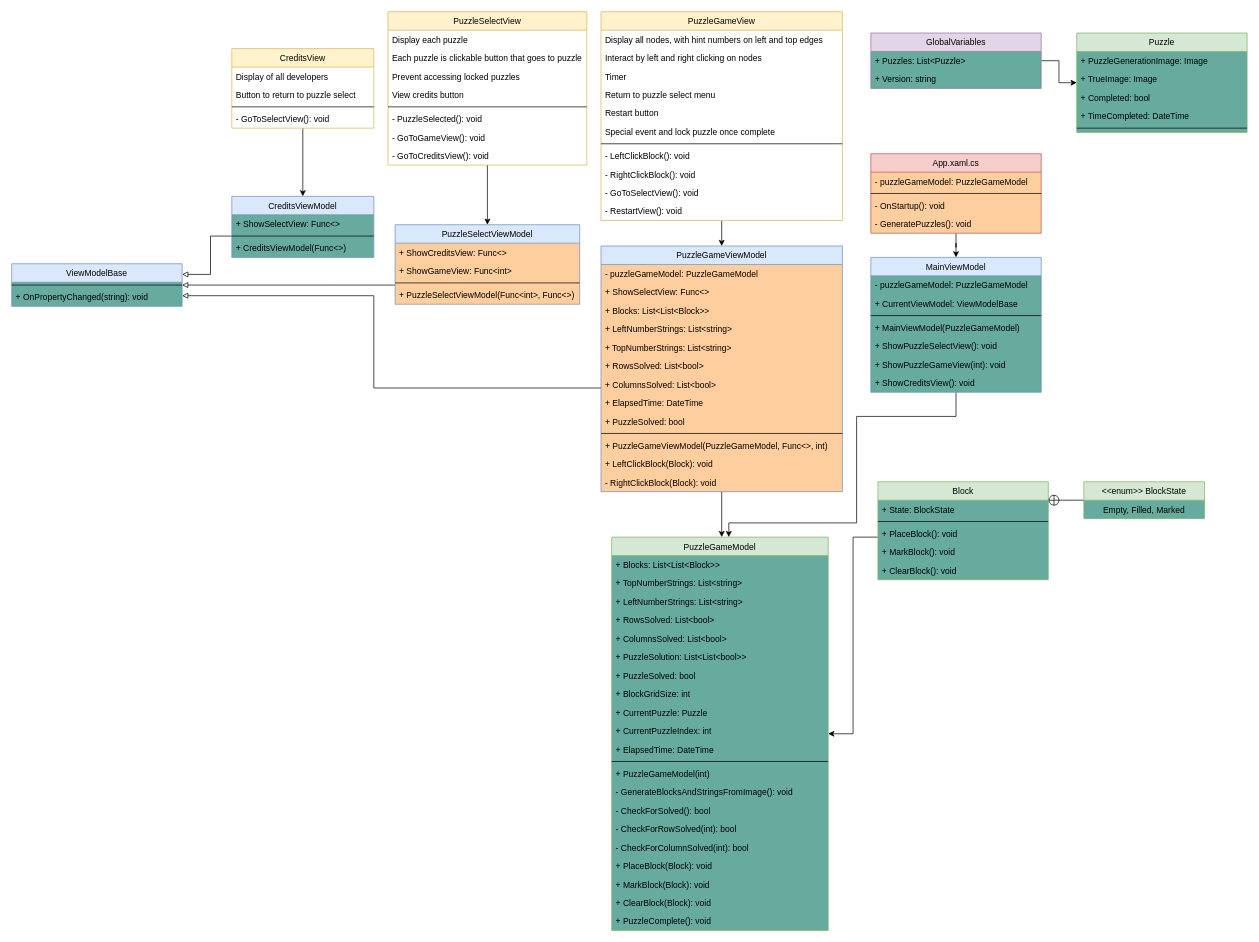
BagelMaster5000/Grombcross keeps this draw.io diagram as Source/Grombcross UML.drawio. Above is the earlier version. Source tidied: cells renumbered, new cells numbered last; positions are measured from the earlier drawing's top-left corner, leaving out a move shared by most shapes. Both pictures are drawn from the tidied source at 71%, with x=0, y=0 at pixel (11, 11).
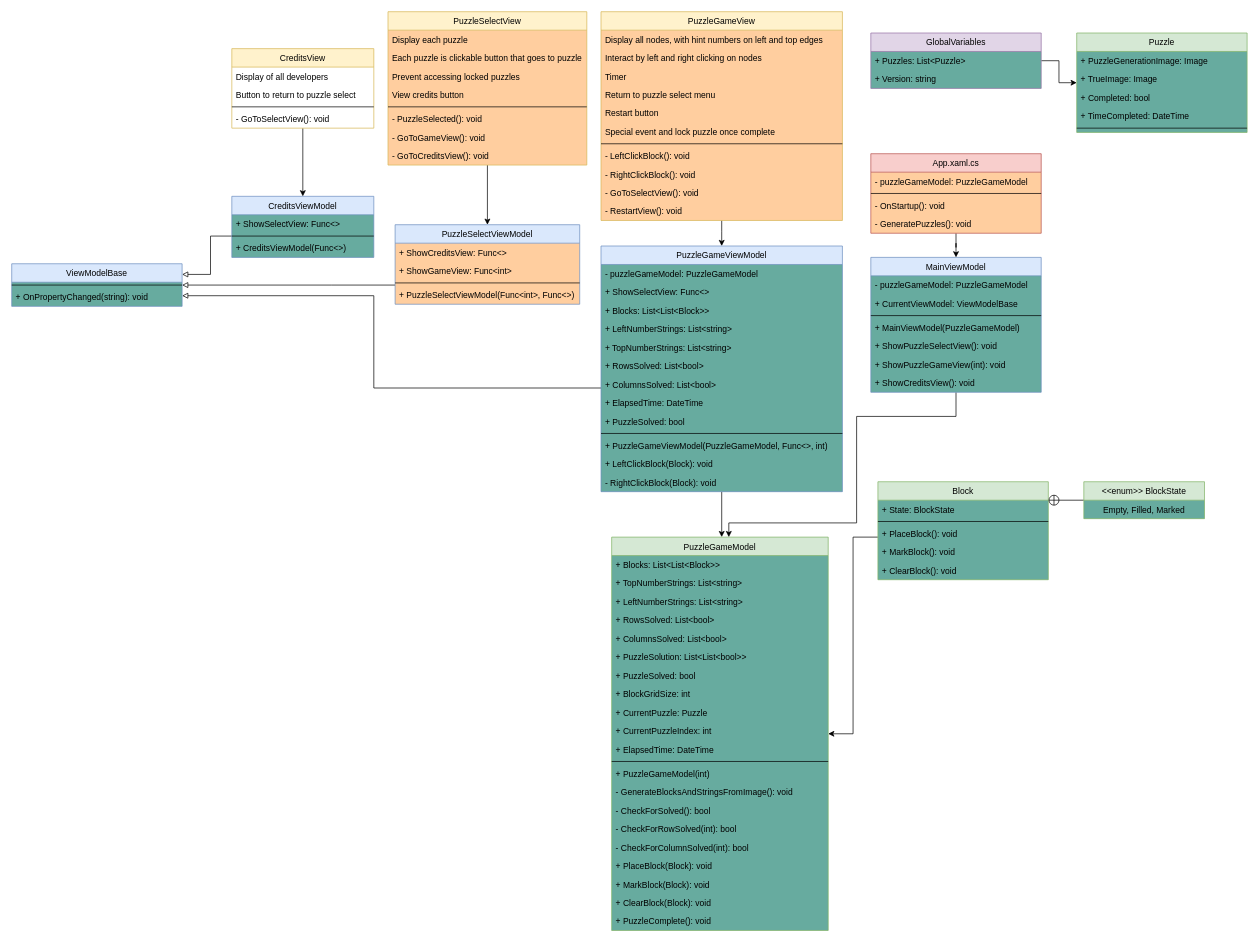
Above is the later version.

Diff of the diagram source:
```diff
@@
-    <mxCell id="3" value="PuzzleSelectView" style="swimlane;fontStyle=0;align=center;verticalAlign=top;horizontal=1;startSize=26;rounded=0;shadow=0;strokeWidth=1;fillColor=#fff2cc;strokeColor=#d6b656;swimlaneFillColor=#FFFFFF;fontColor=#000000;" parent="1" vertex="1">
+    <mxCell id="3" value="PuzzleSelectView" style="swimlane;fontStyle=0;align=center;verticalAlign=top;horizontal=1;startSize=26;rounded=0;shadow=0;strokeWidth=1;fillColor=#fff2cc;strokeColor=#d6b656;swimlaneFillColor=#FFCE9F;fontColor=#000000;" parent="1" vertex="1">
       <mxGeometry x="530" width="280" height="216" as="geometry" />
     </mxCell>
@@
-    <mxCell id="24" value="PuzzleGameView" style="swimlane;fontStyle=0;align=center;verticalAlign=top;horizontal=1;startSize=26;rounded=0;shadow=0;strokeWidth=1;fillColor=#fff2cc;strokeColor=#d6b656;swimlaneFillColor=#FFFFFF;fontColor=#000000;" parent="1" vertex="1">
+    <mxCell id="24" value="PuzzleGameView" style="swimlane;fontStyle=0;align=center;verticalAlign=top;horizontal=1;startSize=26;rounded=0;shadow=0;strokeWidth=1;fillColor=#fff2cc;strokeColor=#d6b656;swimlaneFillColor=#FFCE9F;fontColor=#000000;" parent="1" vertex="1">
       <mxGeometry x="830" width="340" height="294" as="geometry" />
     </mxCell>
@@
-    <mxCell id="44" value="PuzzleGameViewModel" style="swimlane;fontStyle=0;align=center;verticalAlign=top;horizontal=1;startSize=26;rounded=0;shadow=0;strokeWidth=1;fillColor=#dae8fc;strokeColor=#6c8ebf;swimlaneFillColor=#FFCE9F;fontColor=#000000;" parent="1" vertex="1">
+    <mxCell id="44" value="PuzzleGameViewModel" style="swimlane;fontStyle=0;align=center;verticalAlign=top;horizontal=1;startSize=26;rounded=0;shadow=0;strokeWidth=1;fillColor=#dae8fc;strokeColor=#6c8ebf;swimlaneFillColor=#67AB9F;fontColor=#000000;" parent="1" vertex="1">
       <mxGeometry x="830" y="330" width="340" height="346" as="geometry" />
     </mxCell>
```
